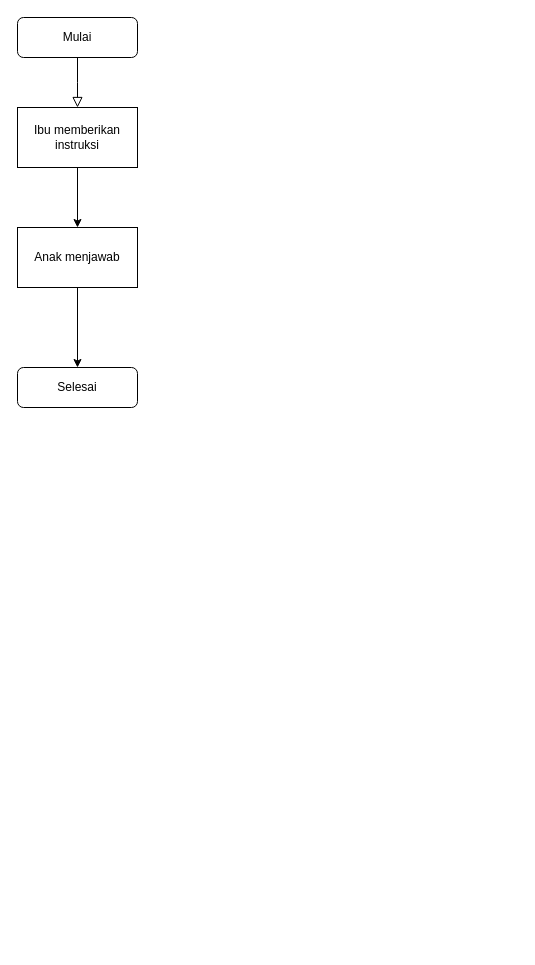
aprinur/Learning_Python keeps this draw.io diagram as Diagaram Pyton.drawio. Above is the earlier version. Source tidied: cells renumbered, new cells numbered last; positions are measured from the earlier drawing's top-left corner, leaving out a move shared by most shapes. Both pictures are drawn from the tidied source at 100%, with x=0, y=0 at pixel (17, 17).
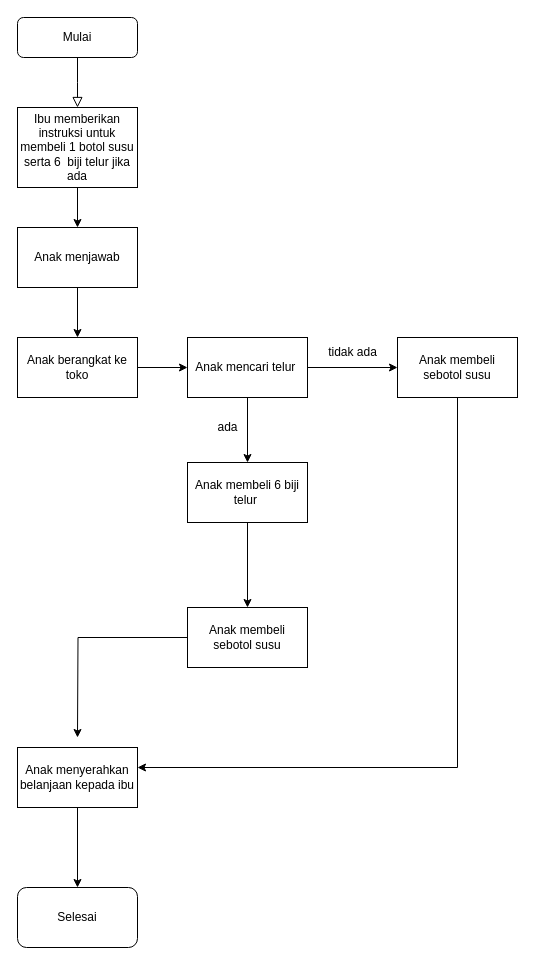
Above is the later version.

The change refers to these unchanged cells:
```xml
<mxCell id="7" value="Anak menjawab" style="rounded=0;whiteSpace=wrap;html=1;" parent="1" vertex="1">
  <mxGeometry y="210" width="120" height="60" as="geometry" />
</mxCell>
```

Change to the diagram source:
```diff
@@
-    <mxCell id="5" value="Ibu memberikan instruksi" style="rounded=0;whiteSpace=wrap;html=1;" parent="1" vertex="1">
-      <mxGeometry y="90" width="120" height="60" as="geometry" />
+    <mxCell id="5" value="Ibu memberikan instruksi untuk membeli 1 botol susu serta 6&amp;nbsp; biji telur jika ada" style="rounded=0;whiteSpace=wrap;html=1;" parent="1" vertex="1">
+      <mxGeometry y="90" width="120" height="80" as="geometry" />
     </mxCell>
-    <mxCell id="6" style="edgeStyle=orthogonalEdgeStyle;rounded=0;jettySize=auto;html=1;" parent="1" edge="1" source="7" target="8">
-      <mxGeometry relative="1" as="geometry" />
-    </mxCell>
+    <mxCell id="9" style="edgeStyle=orthogonalEdgeStyle;rounded=0;jettySize=auto;html=1;" parent="1" edge="1" source="7" target="11">
+      <mxGeometry relative="1" as="geometry" />
+    </mxCell>
@@
+    <mxCell id="10" style="edgeStyle=orthogonalEdgeStyle;rounded=0;jettySize=auto;html=1;" parent="1" edge="1" source="11" target="14">
+      <mxGeometry relative="1" as="geometry" />
+    </mxCell>
+    <mxCell id="11" value="Anak berangkat ke toko" style="rounded=0;whiteSpace=wrap;html=1;" parent="1" vertex="1">
+      <mxGeometry y="320" width="120" height="60" as="geometry" />
+    </mxCell>
+    <mxCell id="12" style="edgeStyle=orthogonalEdgeStyle;rounded=0;jettySize=auto;html=1;" parent="1" edge="1" source="14" target="16">
+      <mxGeometry relative="1" as="geometry" />
+    </mxCell>
+    <mxCell id="13" style="edgeStyle=orthogonalEdgeStyle;rounded=0;jettySize=auto;html=1;" parent="1" edge="1" source="14" target="18">
+      <mxGeometry relative="1" as="geometry" />
+    </mxCell>
+    <mxCell id="14" value="Anak mencari telur&amp;nbsp;" style="rounded=0;whiteSpace=wrap;html=1;" parent="1" vertex="1">
+      <mxGeometry x="170" y="320" width="120" height="60" as="geometry" />
+    </mxCell>
+    <mxCell id="15" style="edgeStyle=orthogonalEdgeStyle;rounded=0;jettySize=auto;html=1;" parent="1" edge="1" source="16" target="21">
+      <mxGeometry relative="1" as="geometry" />
+    </mxCell>
+    <mxCell id="16" value="Anak membeli 6 biji telur&amp;nbsp;" style="rounded=0;whiteSpace=wrap;html=1;" parent="1" vertex="1">
+      <mxGeometry x="170" y="445" width="120" height="60" as="geometry" />
+    </mxCell>
+    <mxCell id="17" value="ada" style="text;html=1;align=center;verticalAlign=middle;strokeColor=none;fillColor=none;" parent="1" vertex="1">
+      <mxGeometry x="190" y="395" width="40" height="30" as="geometry" />
+    </mxCell>
+    <mxCell id="18" value="Anak membeli sebotol susu" style="rounded=0;whiteSpace=wrap;html=1;" parent="1" vertex="1">
+      <mxGeometry x="380" y="320" width="120" height="60" as="geometry" />
+    </mxCell>
+    <mxCell id="19" value="tidak ada" style="text;html=1;align=center;verticalAlign=middle;strokeColor=none;fillColor=none;" parent="1" vertex="1">
+      <mxGeometry x="300" y="320" width="70" height="30" as="geometry" />
+    </mxCell>
+    <mxCell id="20" style="edgeStyle=orthogonalEdgeStyle;rounded=0;jettySize=auto;html=1;entryX=0.5;entryY=0;entryDx=0;entryDy=0;" parent="1" edge="1" source="21">
+      <mxGeometry relative="1" as="geometry">
+        <mxPoint x="60" y="720" as="targetPoint" />
+      </mxGeometry>
+    </mxCell>
+    <mxCell id="21" value="Anak membeli sebotol susu" style="rounded=0;whiteSpace=wrap;html=1;" parent="1" vertex="1">
+      <mxGeometry x="170" y="590" width="120" height="60" as="geometry" />
+    </mxCell>
+    <mxCell id="22" style="rounded=0;jettySize=auto;html=1;entryX=1;entryY=0.5;entryDx=0;entryDy=0;" parent="1" edge="1" source="18">
+      <mxGeometry relative="1" as="geometry">
+        <mxPoint x="120" y="750" as="targetPoint" />
+        <Array as="points">
+          <mxPoint x="440" y="750" />
+        </Array>
+      </mxGeometry>
+    </mxCell>
+    <mxCell id="23" style="edgeStyle=orthogonalEdgeStyle;rounded=0;jettySize=auto;html=1;" parent="1" edge="1" source="24" target="8">
+      <mxGeometry relative="1" as="geometry" />
+    </mxCell>
+    <mxCell id="24" value="Anak menyerahkan belanjaan kepada ibu" style="rounded=0;whiteSpace=wrap;html=1;" parent="1" vertex="1">
+      <mxGeometry y="730" width="120" height="60" as="geometry" />
+    </mxCell>
-    <mxCell id="8" value="Selesai" style="rounded=1;whiteSpace=wrap;html=1;fontSize=12;glass=0;strokeWidth=1;shadow=0;" parent="1" vertex="1">
-      <mxGeometry y="350" width="120" height="40" as="geometry" />
+    <mxCell id="8" value="Selesai" style="rounded=1;whiteSpace=wrap;html=1;" parent="1" vertex="1">
+      <mxGeometry y="870" width="120" height="60" as="geometry" />
     </mxCell>
```
